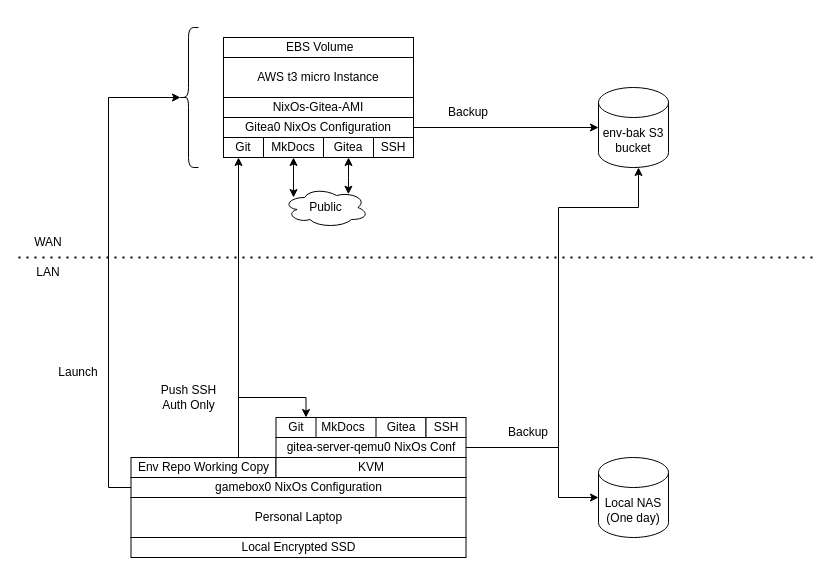
The draw.io diagram docs/1_Repo_Overview/test.drawio in tanner-johnson2718/configs, before the edit. Source tidied: cells renumbered, new cells numbered last; positions are measured from the earlier drawing's top-left corner, leaving out a move shared by most shapes. Both pictures are drawn from the tidied source at 100%, with x=0, y=0 at pixel (18, 27).
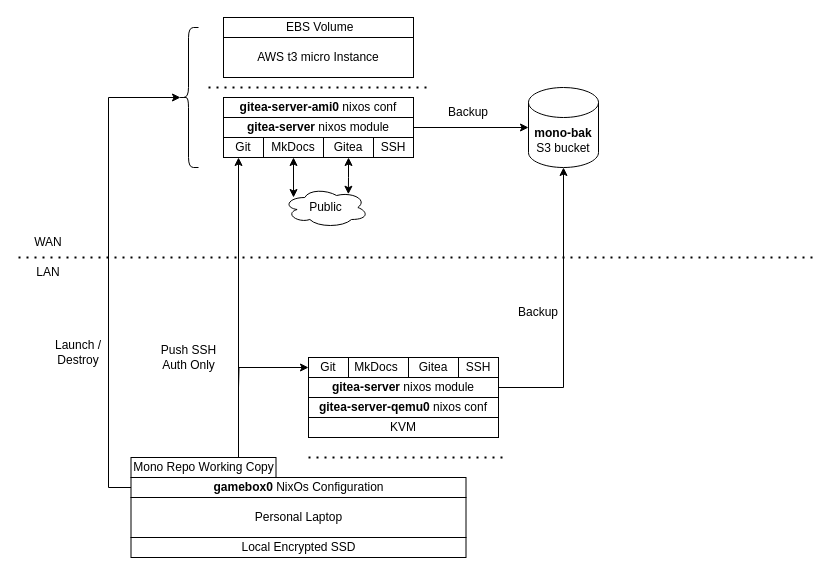
The same page after the edit.

What changed in the source:
```diff
@@
     <mxCell id="2" value="AWS t3 micro Instance" style="rounded=0;whiteSpace=wrap;html=1;" parent="1" vertex="1">
-      <mxGeometry x="205" y="30" width="190" height="40" as="geometry" />
+      <mxGeometry x="205" y="10" width="190" height="40" as="geometry" />
     </mxCell>
     <mxCell id="3" value="&amp;nbsp;EBS Volume" style="rounded=0;whiteSpace=wrap;html=1;" parent="1" vertex="1">
-      <mxGeometry x="205" y="10" width="190" height="20" as="geometry" />
+      <mxGeometry x="205" y="-10" width="190" height="20" as="geometry" />
     </mxCell>
@@
-    <mxCell id="8" value="Gitea0 NixOs Configuration" style="rounded=0;whiteSpace=wrap;html=1;" parent="1" vertex="1">
+    <mxCell id="8" value="&lt;b&gt;gitea-server&lt;/b&gt; nixos module" style="rounded=0;whiteSpace=wrap;html=1;" parent="1" vertex="1">
       <mxGeometry x="205" y="90" width="190" height="20" as="geometry" />
     </mxCell>
@@
-    <mxCell id="12" value="gamebox0 NixOs Configuration" style="rounded=0;whiteSpace=wrap;html=1;" parent="1" vertex="1">
+    <mxCell id="12" value="&lt;b&gt;gamebox0&lt;/b&gt; NixOs Configuration" style="rounded=0;whiteSpace=wrap;html=1;" parent="1" vertex="1">
       <mxGeometry x="112.5" y="450" width="335" height="20" as="geometry" />
     </mxCell>
@@
-    <mxCell id="14" style="edgeStyle=orthogonalEdgeStyle;rounded=0;jettySize=auto;html=1;entryX=0.75;entryY=0;entryDx=0;entryDy=0;" parent="1" edge="1" source="15" target="26">
-      <mxGeometry relative="1" as="geometry">
-        <Array as="points">
-          <mxPoint x="220" y="370" />
-          <mxPoint x="287" y="370" />
-        </Array>
-      </mxGeometry>
-    </mxCell>
-    <mxCell id="15" value="Env Repo Working Copy" style="rounded=0;whiteSpace=wrap;html=1;" parent="1" vertex="1">
+    <mxCell id="15" value="Mono Repo Working Copy" style="rounded=0;whiteSpace=wrap;html=1;" parent="1" vertex="1">
       <mxGeometry x="112.5" y="430" width="145" height="20" as="geometry" />
     </mxCell>
-    <mxCell id="16" value="env-bak S3 bucket" style="shape=cylinder3;whiteSpace=wrap;html=1;boundedLbl=1;backgroundOutline=1;size=15;" parent="1" vertex="1">
-      <mxGeometry x="580" y="60" width="70" height="80" as="geometry" />
+    <mxCell id="16" value="&lt;b&gt;mono-bak&lt;/b&gt; S3 bucket" style="shape=cylinder3;whiteSpace=wrap;html=1;boundedLbl=1;backgroundOutline=1;size=15;" parent="1" vertex="1">
+      <mxGeometry x="510" y="60" width="70" height="80" as="geometry" />
     </mxCell>
@@
-    <mxCell id="20" style="edgeStyle=orthogonalEdgeStyle;rounded=0;jettySize=auto;html=1;" parent="1" edge="1" source="22" target="28">
-      <mxGeometry relative="1" as="geometry">
-        <Array as="points">
-          <mxPoint x="540" y="420" />
-          <mxPoint x="540" y="470" />
-        </Array>
-      </mxGeometry>
-    </mxCell>
-    <mxCell id="21" style="edgeStyle=orthogonalEdgeStyle;rounded=0;jettySize=auto;html=1;" parent="1" edge="1" source="22" target="16">
-      <mxGeometry relative="1" as="geometry">
-        <Array as="points">
-          <mxPoint x="540" y="420" />
-          <mxPoint x="540" y="180" />
-          <mxPoint x="620" y="180" />
-        </Array>
-      </mxGeometry>
-    </mxCell>
-    <mxCell id="22" value="gitea-server-qemu0 NixOs Conf" style="rounded=0;whiteSpace=wrap;html=1;" parent="1" vertex="1">
-      <mxGeometry x="257.5" y="410" width="190" height="20" as="geometry" />
+    <mxCell id="22" value="&lt;b&gt;gitea-server-qemu0&lt;/b&gt; nixos conf" style="rounded=0;whiteSpace=wrap;html=1;" parent="1" vertex="1">
+      <mxGeometry x="290" y="370" width="190" height="20" as="geometry" />
     </mxCell>
-    <mxCell id="23" value="KVM" style="rounded=0;whiteSpace=wrap;html=1;" parent="1" vertex="1">
-      <mxGeometry x="257.5" y="430" width="190" height="20" as="geometry" />
-    </mxCell>
     <mxCell id="24" value="MkDocs" style="rounded=0;whiteSpace=wrap;html=1;" parent="1" vertex="1">
-      <mxGeometry x="290" y="390" width="70" height="20" as="geometry" />
+      <mxGeometry x="322.5" y="330" width="70" height="20" as="geometry" />
     </mxCell>
     <mxCell id="25" value="Gitea" style="rounded=0;whiteSpace=wrap;html=1;" parent="1" vertex="1">
-      <mxGeometry x="357.5" y="390" width="50" height="20" as="geometry" />
+      <mxGeometry x="390" y="330" width="50" height="20" as="geometry" />
     </mxCell>
     <mxCell id="26" value="Git" style="rounded=0;whiteSpace=wrap;html=1;" parent="1" vertex="1">
-      <mxGeometry x="257.5" y="390" width="40" height="20" as="geometry" />
+      <mxGeometry x="290" y="330" width="40" height="20" as="geometry" />
     </mxCell>
     <mxCell id="27" value="SSH" style="rounded=0;whiteSpace=wrap;html=1;" parent="1" vertex="1">
-      <mxGeometry x="407.5" y="390" width="40" height="20" as="geometry" />
+      <mxGeometry x="440" y="330" width="40" height="20" as="geometry" />
     </mxCell>
-    <mxCell id="28" value="Local NAS (One day)" style="shape=cylinder3;whiteSpace=wrap;html=1;boundedLbl=1;backgroundOutline=1;size=15;" parent="1" vertex="1">
-      <mxGeometry x="580" y="430" width="70" height="80" as="geometry" />
-    </mxCell>
-    <mxCell id="29" value="NixOs-Gitea-AMI" style="rounded=0;whiteSpace=wrap;html=1;" parent="1" vertex="1">
+    <mxCell id="29" value="&lt;b&gt;gitea-server-ami0&lt;/b&gt; nixos conf" style="rounded=0;whiteSpace=wrap;html=1;" parent="1" vertex="1">
       <mxGeometry x="205" y="70" width="190" height="20" as="geometry" />
     </mxCell>
-    <mxCell id="30" value="Backup" style="text;html=1;align=center;verticalAlign=middle;whiteSpace=wrap;rounded=0;" parent="1" vertex="1">
-      <mxGeometry x="480" y="390" width="60" height="30" as="geometry" />
-    </mxCell>
@@
-    <mxCell id="32" value="Launch" style="text;html=1;align=center;verticalAlign=middle;whiteSpace=wrap;rounded=0;" parent="1" vertex="1">
-      <mxGeometry x="30" y="330" width="60" height="30" as="geometry" />
+    <mxCell id="32" value="Launch / Destroy" style="text;html=1;align=center;verticalAlign=middle;whiteSpace=wrap;rounded=0;" parent="1" vertex="1">
+      <mxGeometry x="30" y="310" width="60" height="30" as="geometry" />
     </mxCell>
     <mxCell id="33" value="Push SSH Auth Only" style="text;html=1;align=center;verticalAlign=middle;whiteSpace=wrap;rounded=0;" parent="1" vertex="1">
-      <mxGeometry x="132.5" y="350" width="75" height="40" as="geometry" />
+      <mxGeometry x="132.5" y="310" width="75" height="40" as="geometry" />
     </mxCell>
@@
+    <mxCell id="39" style="edgeStyle=orthogonalEdgeStyle;rounded=0;jettySize=auto;html=1;startArrow=classic;startFill=1;endArrow=none;endFill=0;exitX=0;exitY=0.5;exitDx=0;exitDy=0;" parent="1" edge="1" source="26">
+      <mxGeometry relative="1" as="geometry">
+        <mxPoint x="220" y="360" as="targetPoint" />
+      </mxGeometry>
+    </mxCell>
+    <mxCell id="40" value="&lt;b&gt;gitea-server&lt;/b&gt; nixos module" style="rounded=0;whiteSpace=wrap;html=1;" parent="1" vertex="1">
+      <mxGeometry x="290" y="350" width="190" height="20" as="geometry" />
+    </mxCell>
+    <mxCell id="23" value="KVM" style="rounded=0;whiteSpace=wrap;html=1;" parent="1" vertex="1">
+      <mxGeometry x="290" y="390" width="190" height="20" as="geometry" />
+    </mxCell>
+    <mxCell id="41" style="endArrow=none;dashed=1;html=1;dashPattern=1 3;strokeWidth=2;rounded=0;" parent="1" edge="1">
+      <mxGeometry relative="1" as="geometry">
+        <mxPoint x="290" y="430" as="sourcePoint" />
+        <mxPoint x="490" y="430" as="targetPoint" />
+      </mxGeometry>
+    </mxCell>
+    <mxCell id="42" style="edgeStyle=orthogonalEdgeStyle;rounded=0;jettySize=auto;html=1;entryX=0.5;entryY=1;entryDx=0;entryDy=0;entryPerimeter=0;" parent="1" edge="1" source="40" target="16">
+      <mxGeometry relative="1" as="geometry" />
+    </mxCell>
+    <mxCell id="30" value="Backup" style="text;html=1;align=center;verticalAlign=middle;whiteSpace=wrap;rounded=0;" parent="1" vertex="1">
+      <mxGeometry x="490" y="270" width="60" height="30" as="geometry" />
+    </mxCell>
+    <mxCell id="43" style="endArrow=none;dashed=1;html=1;dashPattern=1 3;strokeWidth=2;rounded=0;" parent="1" edge="1">
+      <mxGeometry relative="1" as="geometry">
+        <mxPoint x="190" y="60" as="sourcePoint" />
+        <mxPoint x="410" y="60" as="targetPoint" />
+      </mxGeometry>
+    </mxCell>
```
